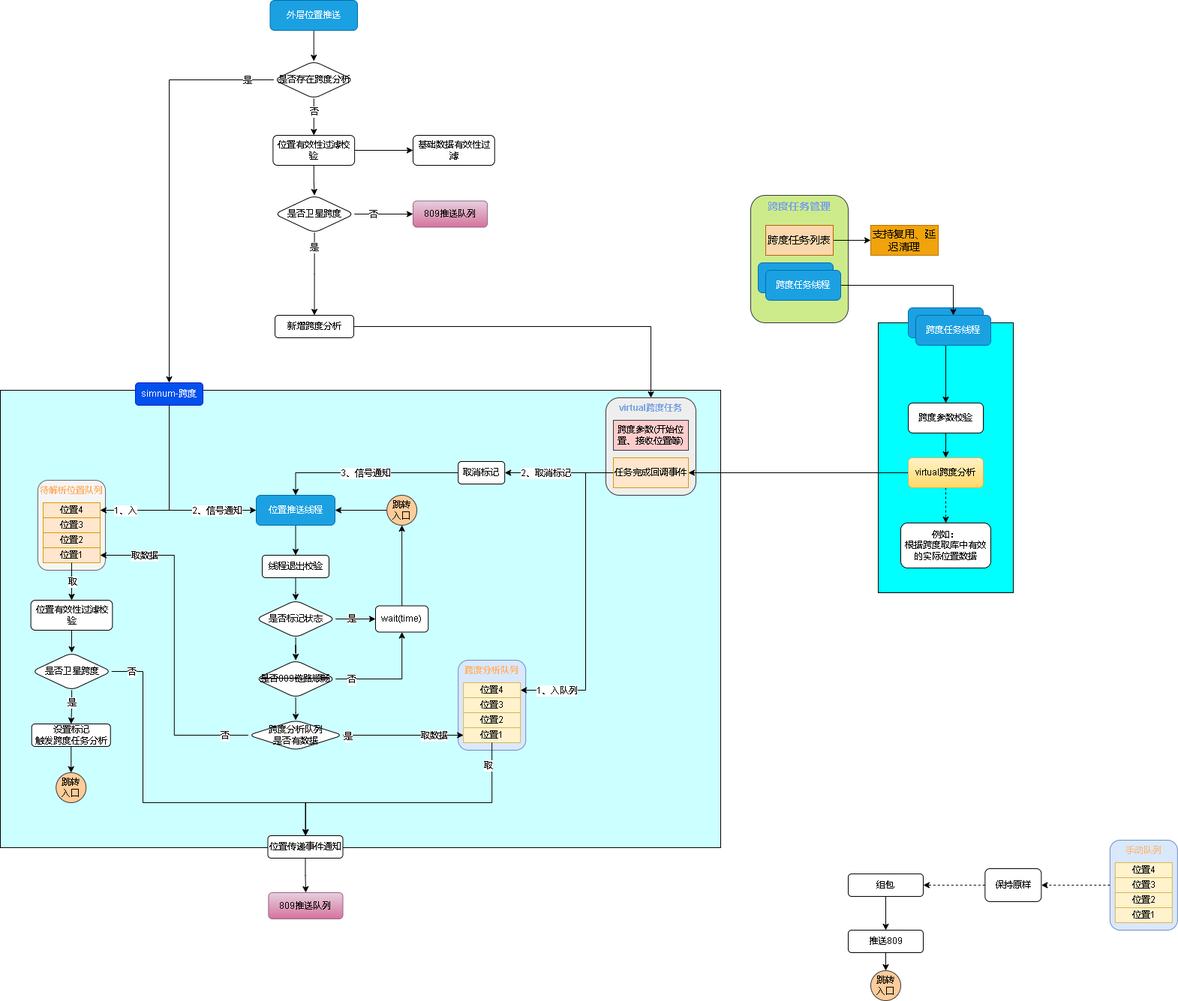
Earlier version of the draw.io export 809数据跨度.drawio.png (xktder/draw). Source tidied: cells renumbered, new cells last; positions are measured from the earlier drawing's top-left corner, leaving out a move shared by most shapes.
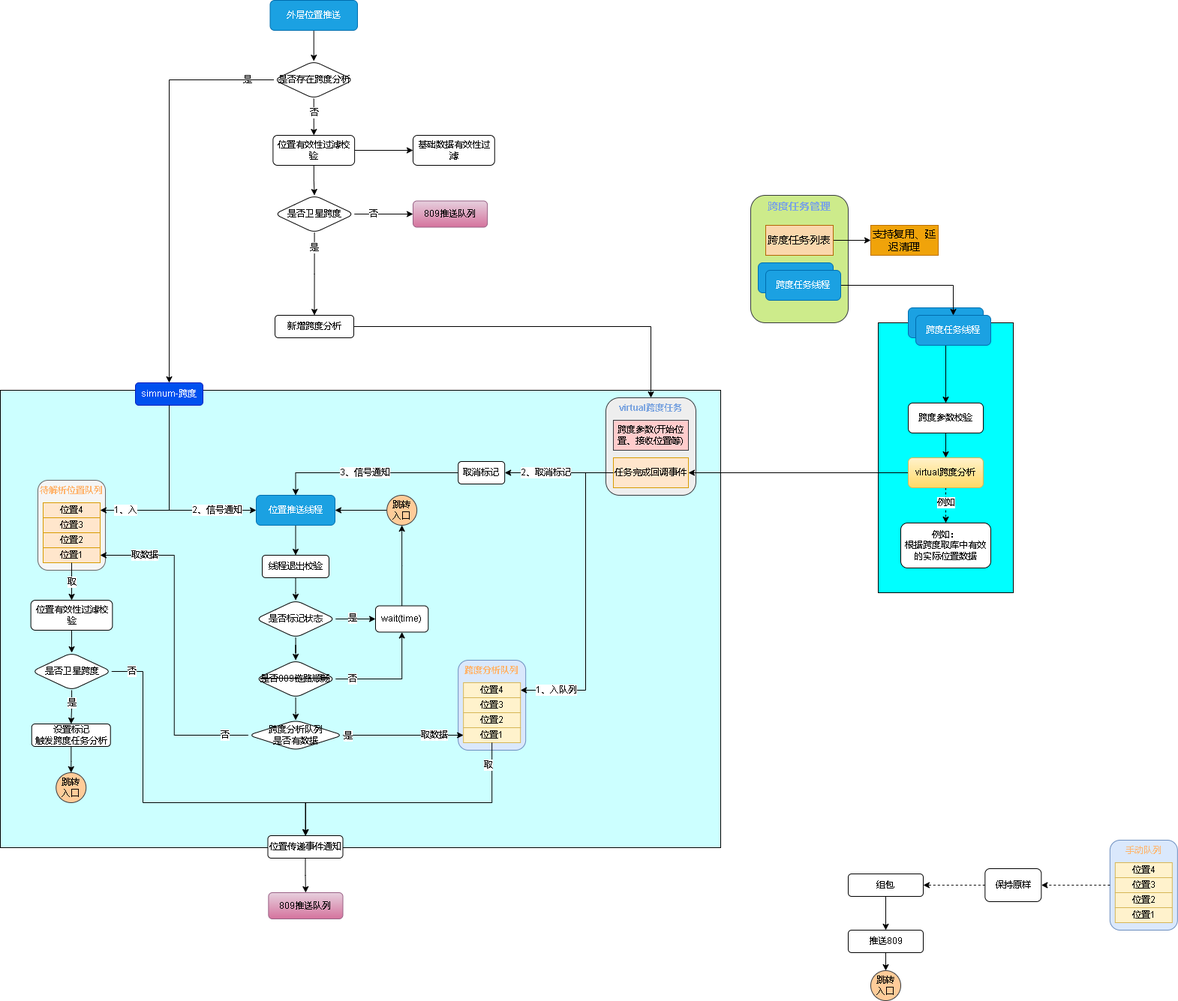
After the commit.

Commit message:
更新809数据跨度.drawio.png

What changed in the source:
```diff
@@ -307,6 +307,11 @@
     <mxCell id="87" style="edgeStyle=orthogonalEdgeStyle;rounded=0;jettySize=auto;html=1;fontColor=#000000;entryX=0.5;entryY=0;entryDx=0;entryDy=0;dashed=1;" parent="1" edge="1" source="88" target="89">
       <mxGeometry relative="1" as="geometry" />
     </mxCell>
+    <mxCell id="121" value="例如" style="edgeLabel;html=1;align=center;verticalAlign=middle;" parent="87" vertex="1">
+      <mxGeometry x="-0.23" y="1" relative="1" as="geometry">
+        <mxPoint x="-1" y="1" as="offset" />
+      </mxGeometry>
+    </mxCell>
     <mxCell id="88" value="virtual跨度分析" style="whiteSpace=wrap;html=1;rounded=1;fillColor=#fff2cc;gradientColor=#ffd966;strokeColor=#d6b656;" parent="1" vertex="1">
       <mxGeometry x="1210" y="610" width="100" height="40" as="geometry" />
     </mxCell>
```
